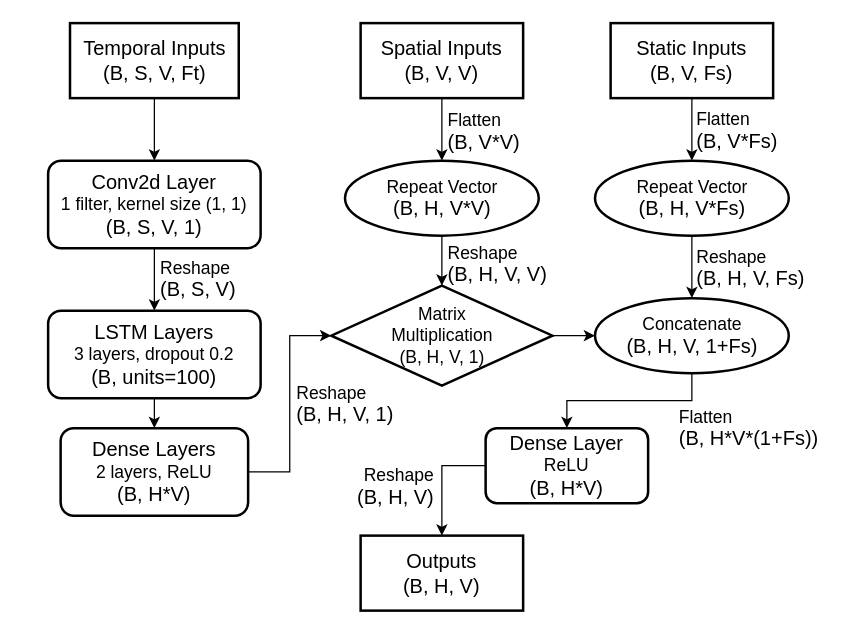
Above: 未命名绘图.drawio in Jedidiah-Zhang/Markdown_Pictures (draw.io), before the change. Source tidied: cells renumbered, new cells numbered last; positions are measured from the earlier drawing's top-left corner, leaving out a move shared by most shapes. Both pictures are drawn from the tidied source at 125%, with x=0, y=0 at pixel (48, 22).
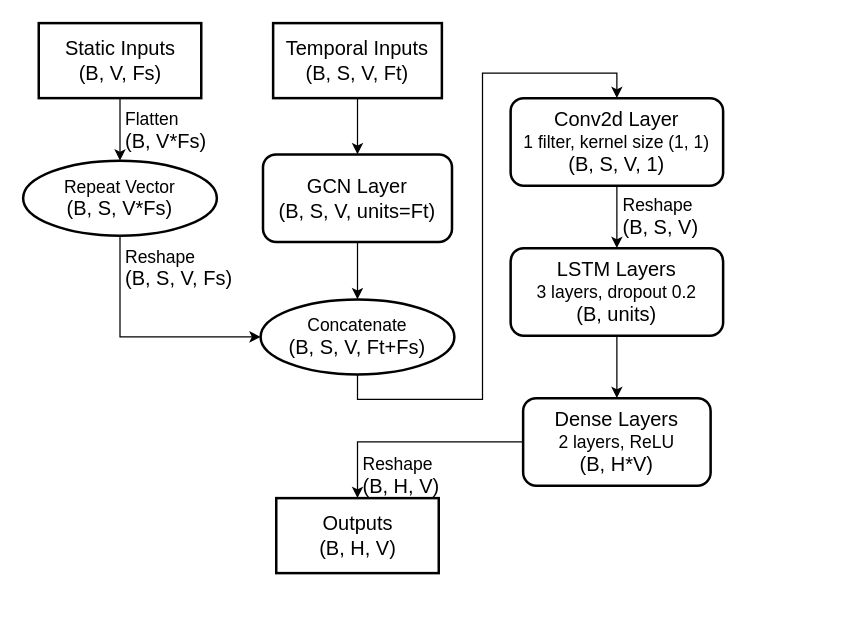
After the change.

Commit message:
更新未命名绘图.drawio

What changed in the source:
```diff
@@
-    <mxCell id="2" style="edgeStyle=orthogonalEdgeStyle;rounded=0;jettySize=auto;html=1;entryX=0.5;entryY=0;entryDx=0;entryDy=0;" parent="1" edge="1" source="3" target="14">
-      <mxGeometry relative="1" as="geometry" />
-    </mxCell>
-    <mxCell id="3" value="&lt;div&gt;&lt;font size=&quot;3&quot;&gt;Spatial Inputs&lt;/font&gt;&lt;/div&gt;&lt;div&gt;&lt;font size=&quot;3&quot;&gt;(B, V, V)&lt;br&gt;&lt;/font&gt;&lt;/div&gt;" style="whiteSpace=wrap;html=1;strokeWidth=2;" parent="1" vertex="1">
-      <mxGeometry x="250" width="130" height="60" as="geometry" />
-    </mxCell>
@@
     <mxCell id="5" value="&lt;div&gt;&lt;font size=&quot;3&quot;&gt;Static Inputs&lt;/font&gt;&lt;/div&gt;&lt;div&gt;&lt;font size=&quot;3&quot;&gt;(B, V, Fs)&lt;br&gt;&lt;/font&gt;&lt;/div&gt;" style="whiteSpace=wrap;html=1;strokeWidth=2;" parent="1" vertex="1">
-      <mxGeometry x="450" width="130" height="60" as="geometry" />
+      <mxGeometry x="-7.5" width="130" height="60" as="geometry" />
     </mxCell>
@@
     <mxCell id="7" value="&lt;div&gt;&lt;font size=&quot;3&quot;&gt;Conv2d Layer&lt;br&gt;&lt;/font&gt;&lt;/div&gt;&lt;div style=&quot;font-size: 14px;&quot;&gt;&lt;font style=&quot;font-size: 14px;&quot;&gt;1 filter, kernel size (1, 1)&lt;br&gt;&lt;/font&gt;&lt;/div&gt;&lt;div&gt;&lt;font size=&quot;3&quot;&gt;(B, S, V, 1)&lt;br&gt;&lt;/font&gt;&lt;/div&gt;" style="rounded=1;whiteSpace=wrap;html=1;strokeWidth=2;" parent="1" vertex="1">
-      <mxGeometry y="110" width="170" height="70" as="geometry" />
+      <mxGeometry x="370" y="60" width="170" height="70" as="geometry" />
     </mxCell>
-    <mxCell id="8" style="edgeStyle=orthogonalEdgeStyle;rounded=0;jettySize=auto;html=1;entryX=0;entryY=0.5;entryDx=0;entryDy=0;" parent="1" edge="1" source="9" target="18">
-      <mxGeometry relative="1" as="geometry" />
-    </mxCell>
+    <mxCell id="33" style="edgeStyle=orthogonalEdgeStyle;rounded=0;jettySize=auto;html=1;entryX=0.5;entryY=0;entryDx=0;entryDy=0;" parent="1" edge="1" source="9" target="29">
+      <mxGeometry relative="1" as="geometry" />
+    </mxCell>
     <mxCell id="9" value="&lt;div&gt;&lt;font size=&quot;3&quot;&gt;Dense Layers&lt;/font&gt;&lt;/div&gt;&lt;div style=&quot;font-size: 14px;&quot;&gt;&lt;font style=&quot;font-size: 14px;&quot;&gt;2 layers, ReLU&lt;br&gt;&lt;/font&gt;&lt;/div&gt;&lt;div&gt;&lt;font size=&quot;3&quot;&gt;(B, H*V)&lt;br&gt;&lt;/font&gt;&lt;/div&gt;" style="rounded=1;whiteSpace=wrap;html=1;strokeWidth=2;" parent="1" vertex="1">
-      <mxGeometry x="10" y="324" width="150" height="70" as="geometry" />
+      <mxGeometry x="380" y="300" width="150" height="70" as="geometry" />
     </mxCell>
     <mxCell id="10" value="&lt;div align=&quot;left&quot;&gt;&lt;font style=&quot;font-size: 14px;&quot;&gt;Reshape&lt;font&gt;&lt;font&gt;&lt;br&gt;&lt;/font&gt;&lt;/font&gt;&lt;/font&gt;&lt;/div&gt;&lt;div align=&quot;left&quot;&gt;&lt;font size=&quot;3&quot;&gt;(B, S, V)&lt;br&gt;&lt;/font&gt;&lt;/div&gt;" style="text;html=1;align=left;verticalAlign=middle;whiteSpace=wrap;rounded=0;" parent="1" vertex="1">
-      <mxGeometry x="88" y="180" width="70" height="50" as="geometry" />
+      <mxGeometry x="458" y="130" width="70" height="50" as="geometry" />
     </mxCell>
@@
-    <mxCell id="12" value="&lt;div&gt;&lt;font size=&quot;3&quot;&gt;LSTM Layers&lt;/font&gt;&lt;/div&gt;&lt;div style=&quot;font-size: 14px;&quot;&gt;&lt;font style=&quot;font-size: 14px;&quot;&gt;3 layers, dropout 0.2&lt;br&gt;&lt;/font&gt;&lt;/div&gt;&lt;div&gt;&lt;font size=&quot;3&quot;&gt;(B, units=100)&lt;br&gt;&lt;/font&gt;&lt;/div&gt;" style="rounded=1;whiteSpace=wrap;html=1;strokeWidth=2;" parent="1" vertex="1">
-      <mxGeometry y="230" width="170" height="70" as="geometry" />
+    <mxCell id="12" value="&lt;div&gt;&lt;font size=&quot;3&quot;&gt;LSTM Layers&lt;/font&gt;&lt;/div&gt;&lt;div style=&quot;font-size: 14px;&quot;&gt;&lt;font style=&quot;font-size: 14px;&quot;&gt;3 layers, dropout 0.2&lt;br&gt;&lt;/font&gt;&lt;/div&gt;&lt;div&gt;&lt;font size=&quot;3&quot;&gt;(B, units)&lt;br&gt;&lt;/font&gt;&lt;/div&gt;" style="rounded=1;whiteSpace=wrap;html=1;strokeWidth=2;" parent="1" vertex="1">
+      <mxGeometry x="370" y="180" width="170" height="70" as="geometry" />
     </mxCell>
-    <mxCell id="13" style="edgeStyle=orthogonalEdgeStyle;rounded=0;jettySize=auto;html=1;entryX=0.5;entryY=0;entryDx=0;entryDy=0;" parent="1" edge="1" source="14" target="18">
-      <mxGeometry relative="1" as="geometry" />
-    </mxCell>
-    <mxCell id="14" value="&lt;div&gt;&lt;font style=&quot;font-size: 14px;&quot;&gt;Repeat Vector&lt;/font&gt;&lt;/div&gt;&lt;div&gt;&lt;font size=&quot;3&quot;&gt;(B, H, V*V)&lt;/font&gt;&lt;br&gt;&lt;/div&gt;" style="ellipse;whiteSpace=wrap;html=1;strokeWidth=2;" parent="1" vertex="1">
-      <mxGeometry x="237.5" y="110" width="155" height="60" as="geometry" />
-    </mxCell>
-    <mxCell id="15" style="edgeStyle=orthogonalEdgeStyle;rounded=0;jettySize=auto;html=1;entryX=0.5;entryY=0;entryDx=0;entryDy=0;" parent="1" edge="1" source="16" target="24">
+    <mxCell id="15" style="edgeStyle=orthogonalEdgeStyle;rounded=0;jettySize=auto;html=1;entryX=0;entryY=0.5;entryDx=0;entryDy=0;exitX=0.5;exitY=1;exitDx=0;exitDy=0;" parent="1" edge="1" source="16" target="24">
       <mxGeometry relative="1" as="geometry" />
     </mxCell>
-    <mxCell id="16" value="&lt;div&gt;&lt;font style=&quot;font-size: 14px;&quot;&gt;Repeat Vector&lt;/font&gt;&lt;/div&gt;&lt;div&gt;&lt;font size=&quot;3&quot;&gt;(B, H, V*Fs)&lt;/font&gt;&lt;br&gt;&lt;/div&gt;" style="ellipse;whiteSpace=wrap;html=1;strokeWidth=2;" parent="1" vertex="1">
-      <mxGeometry x="437.5" y="110" width="155" height="60" as="geometry" />
+    <mxCell id="16" value="&lt;div&gt;&lt;font style=&quot;font-size: 14px;&quot;&gt;Repeat Vector&lt;/font&gt;&lt;/div&gt;&lt;div&gt;&lt;font size=&quot;3&quot;&gt;(B, S, V*Fs)&lt;/font&gt;&lt;br&gt;&lt;/div&gt;" style="ellipse;whiteSpace=wrap;html=1;strokeWidth=2;" parent="1" vertex="1">
+      <mxGeometry x="-20" y="110" width="155" height="60" as="geometry" />
     </mxCell>
-    <mxCell id="17" style="edgeStyle=orthogonalEdgeStyle;rounded=0;jettySize=auto;html=1;entryX=0;entryY=0.5;entryDx=0;entryDy=0;" parent="1" edge="1" source="18" target="24">
-      <mxGeometry relative="1" as="geometry" />
-    </mxCell>
-    <mxCell id="18" value="&lt;div&gt;&lt;font style=&quot;font-size: 14px;&quot;&gt;Matrix&lt;/font&gt;&lt;/div&gt;&lt;div&gt;&lt;font style=&quot;font-size: 14px;&quot;&gt;Multiplication&lt;/font&gt;&lt;/div&gt;&lt;div&gt;&lt;font style=&quot;font-size: 14px;&quot;&gt;(B, H, V, 1)&lt;br&gt;&lt;/font&gt;&lt;/div&gt;" style="rhombus;whiteSpace=wrap;html=1;strokeWidth=2;" parent="1" vertex="1">
-      <mxGeometry x="226.5" y="210" width="177" height="80" as="geometry" />
-    </mxCell>
-    <mxCell id="19" value="&lt;div align=&quot;left&quot;&gt;&lt;font style=&quot;font-size: 14px;&quot;&gt;Reshape&lt;font&gt;&lt;font&gt;&lt;br&gt;&lt;/font&gt;&lt;/font&gt;&lt;/font&gt;&lt;/div&gt;&lt;div align=&quot;left&quot;&gt;&lt;font size=&quot;3&quot;&gt;(B, H, V, 1)&lt;br&gt;&lt;/font&gt;&lt;/div&gt;" style="text;html=1;align=left;verticalAlign=middle;whiteSpace=wrap;rounded=0;" parent="1" vertex="1">
-      <mxGeometry x="197" y="280" width="80" height="50" as="geometry" />
-    </mxCell>
-    <mxCell id="20" value="&lt;div align=&quot;left&quot;&gt;&lt;font style=&quot;font-size: 14px;&quot;&gt;Flatten&lt;font&gt;&lt;font&gt;&lt;br&gt;&lt;/font&gt;&lt;/font&gt;&lt;/font&gt;&lt;/div&gt;&lt;div align=&quot;left&quot;&gt;&lt;font size=&quot;3&quot;&gt;(B, V*V)&lt;br&gt;&lt;/font&gt;&lt;/div&gt;" style="text;html=1;align=left;verticalAlign=middle;whiteSpace=wrap;rounded=0;" parent="1" vertex="1">
-      <mxGeometry x="317.5" y="62" width="70" height="50" as="geometry" />
-    </mxCell>
-    <mxCell id="21" value="&lt;div align=&quot;left&quot;&gt;&lt;font style=&quot;font-size: 14px;&quot;&gt;Reshape&lt;font&gt;&lt;font&gt;&lt;br&gt;&lt;/font&gt;&lt;/font&gt;&lt;/font&gt;&lt;/div&gt;&lt;div align=&quot;left&quot;&gt;&lt;font size=&quot;3&quot;&gt;(B, H, V, V)&lt;br&gt;&lt;/font&gt;&lt;/div&gt;" style="text;html=1;align=left;verticalAlign=middle;whiteSpace=wrap;rounded=0;" parent="1" vertex="1">
-      <mxGeometry x="317.5" y="168" width="82.5" height="50" as="geometry" />
-    </mxCell>
     <mxCell id="22" value="&lt;div align=&quot;left&quot;&gt;&lt;font style=&quot;font-size: 14px;&quot;&gt;Flatten&lt;font&gt;&lt;font&gt;&lt;br&gt;&lt;/font&gt;&lt;/font&gt;&lt;/font&gt;&lt;/div&gt;&lt;div align=&quot;left&quot;&gt;&lt;font size=&quot;3&quot;&gt;(B, V*Fs)&lt;br&gt;&lt;/font&gt;&lt;/div&gt;" style="text;html=1;align=left;verticalAlign=middle;whiteSpace=wrap;rounded=0;" parent="1" vertex="1">
-      <mxGeometry x="517" y="61" width="70" height="50" as="geometry" />
+      <mxGeometry x="59.5" y="61" width="70" height="50" as="geometry" />
     </mxCell>
-    <mxCell id="23" style="edgeStyle=orthogonalEdgeStyle;rounded=0;jettySize=auto;html=1;entryX=0.5;entryY=0;entryDx=0;entryDy=0;" parent="1" edge="1" source="24" target="27">
-      <mxGeometry relative="1" as="geometry" />
-    </mxCell>
+    <mxCell id="34" style="edgeStyle=orthogonalEdgeStyle;rounded=0;jettySize=auto;html=1;entryX=0.5;entryY=0;entryDx=0;entryDy=0;exitX=0.5;exitY=1;exitDx=0;exitDy=0;" parent="1" edge="1" source="24" target="7">
+      <mxGeometry relative="1" as="geometry" />
+    </mxCell>
-    <mxCell id="24" value="&lt;div&gt;&lt;font style=&quot;font-size: 14px;&quot;&gt;Concatenate&lt;/font&gt;&lt;/div&gt;&lt;div&gt;&lt;font size=&quot;3&quot;&gt;(B, H, V, 1+Fs)&lt;/font&gt;&lt;br&gt;&lt;/div&gt;" style="ellipse;whiteSpace=wrap;html=1;strokeWidth=2;" parent="1" vertex="1">
-      <mxGeometry x="437.5" y="220" width="155" height="60" as="geometry" />
+    <mxCell id="24" value="&lt;div&gt;&lt;font style=&quot;font-size: 14px;&quot;&gt;Concatenate&lt;/font&gt;&lt;/div&gt;&lt;div&gt;&lt;font size=&quot;3&quot;&gt;(B, S, V, Ft+Fs)&lt;/font&gt;&lt;br&gt;&lt;/div&gt;" style="ellipse;whiteSpace=wrap;html=1;strokeWidth=2;" parent="1" vertex="1">
+      <mxGeometry x="170" y="221" width="155" height="60" as="geometry" />
     </mxCell>
-    <mxCell id="25" value="&lt;div align=&quot;left&quot;&gt;&lt;font style=&quot;font-size: 14px;&quot;&gt;Reshape&lt;font&gt;&lt;font&gt;&lt;br&gt;&lt;/font&gt;&lt;/font&gt;&lt;/font&gt;&lt;/div&gt;&lt;div align=&quot;left&quot;&gt;&lt;font size=&quot;3&quot;&gt;(B, H, V, Fs)&lt;br&gt;&lt;/font&gt;&lt;/div&gt;" style="text;html=1;align=left;verticalAlign=middle;whiteSpace=wrap;rounded=0;" parent="1" vertex="1">
-      <mxGeometry x="517" y="171" width="94" height="50" as="geometry" />
+    <mxCell id="25" value="&lt;div align=&quot;left&quot;&gt;&lt;font style=&quot;font-size: 14px;&quot;&gt;Reshape&lt;font&gt;&lt;font&gt;&lt;br&gt;&lt;/font&gt;&lt;/font&gt;&lt;/font&gt;&lt;/div&gt;&lt;div align=&quot;left&quot;&gt;&lt;font size=&quot;3&quot;&gt;(B, S, V, Fs)&lt;br&gt;&lt;/font&gt;&lt;/div&gt;" style="text;html=1;align=left;verticalAlign=middle;whiteSpace=wrap;rounded=0;" parent="1" vertex="1">
+      <mxGeometry x="59.5" y="171" width="94" height="50" as="geometry" />
     </mxCell>
-    <mxCell id="26" style="edgeStyle=orthogonalEdgeStyle;rounded=0;jettySize=auto;html=1;entryX=0.5;entryY=0;entryDx=0;entryDy=0;exitX=0;exitY=0.5;exitDx=0;exitDy=0;" parent="1" edge="1" source="27" target="29">
-      <mxGeometry relative="1" as="geometry" />
-    </mxCell>
-    <mxCell id="27" value="&lt;div&gt;&lt;font size=&quot;3&quot;&gt;Dense Layer&lt;/font&gt;&lt;/div&gt;&lt;div style=&quot;font-size: 14px;&quot;&gt;&lt;font style=&quot;font-size: 14px;&quot;&gt;ReLU&lt;br&gt;&lt;/font&gt;&lt;/div&gt;&lt;div&gt;&lt;font size=&quot;3&quot;&gt;(B, H*V)&lt;br&gt;&lt;/font&gt;&lt;/div&gt;" style="rounded=1;whiteSpace=wrap;html=1;strokeWidth=2;" parent="1" vertex="1">
-      <mxGeometry x="350" y="324" width="130" height="60" as="geometry" />
-    </mxCell>
-    <mxCell id="28" value="&lt;div align=&quot;left&quot;&gt;&lt;font style=&quot;font-size: 14px;&quot;&gt;Flatten&lt;font&gt;&lt;font&gt;&lt;br&gt;&lt;/font&gt;&lt;/font&gt;&lt;/font&gt;&lt;/div&gt;&lt;div align=&quot;left&quot;&gt;&lt;font size=&quot;3&quot;&gt;(B, H*V*(1+Fs))&lt;br&gt;&lt;/font&gt;&lt;/div&gt;" style="text;html=1;align=left;verticalAlign=middle;whiteSpace=wrap;rounded=0;" parent="1" vertex="1">
-      <mxGeometry x="502.5" y="299" width="123" height="50" as="geometry" />
-    </mxCell>
     <mxCell id="29" value="&lt;div&gt;&lt;font size=&quot;3&quot;&gt;Outputs&lt;/font&gt;&lt;/div&gt;&lt;div&gt;&lt;font size=&quot;3&quot;&gt;(B, H, V)&lt;br&gt;&lt;/font&gt;&lt;/div&gt;" style="whiteSpace=wrap;html=1;strokeWidth=2;" parent="1" vertex="1">
-      <mxGeometry x="250" y="410" width="130" height="60" as="geometry" />
+      <mxGeometry x="182.5" y="380" width="130" height="60" as="geometry" />
     </mxCell>
-    <mxCell id="30" value="&lt;div align=&quot;right&quot;&gt;&lt;font style=&quot;font-size: 14px;&quot;&gt;Reshape&lt;font&gt;&lt;font&gt;&lt;br&gt;&lt;/font&gt;&lt;/font&gt;&lt;/font&gt;&lt;/div&gt;&lt;div align=&quot;right&quot;&gt;&lt;font size=&quot;3&quot;&gt;(B, H, V)&lt;br&gt;&lt;/font&gt;&lt;/div&gt;" style="text;html=1;align=right;verticalAlign=middle;whiteSpace=wrap;rounded=0;" parent="1" vertex="1">
-      <mxGeometry x="230.5" y="346" width="80" height="50" as="geometry" />
+    <mxCell id="30" value="&lt;div align=&quot;left&quot;&gt;&lt;font style=&quot;font-size: 14px;&quot;&gt;Reshape&lt;font&gt;&lt;font&gt;&lt;br&gt;&lt;/font&gt;&lt;/font&gt;&lt;/font&gt;&lt;/div&gt;&lt;div align=&quot;left&quot;&gt;&lt;font size=&quot;3&quot;&gt;(B, H, V)&lt;br&gt;&lt;/font&gt;&lt;/div&gt;" style="text;html=1;align=left;verticalAlign=middle;whiteSpace=wrap;rounded=0;" parent="1" vertex="1">
+      <mxGeometry x="250.1" y="337" width="80" height="50" as="geometry" />
     </mxCell>
-    <mxCell id="31" style="edgeStyle=orthogonalEdgeStyle;rounded=0;jettySize=auto;html=1;entryX=0.5;entryY=0;entryDx=0;entryDy=0;" parent="1" edge="1" source="32" target="7">
-      <mxGeometry relative="1" as="geometry" />
-    </mxCell>
+    <mxCell id="35" style="edgeStyle=orthogonalEdgeStyle;rounded=0;jettySize=auto;html=1;" parent="1" edge="1" source="32" target="37">
+      <mxGeometry relative="1" as="geometry" />
+    </mxCell>
     <mxCell id="32" value="&lt;div&gt;&lt;font size=&quot;3&quot;&gt;Temporal Inputs&lt;/font&gt;&lt;/div&gt;&lt;div&gt;&lt;font size=&quot;3&quot;&gt;(B, S, V, Ft)&lt;br&gt;&lt;/font&gt;&lt;/div&gt;" style="rounded=0;whiteSpace=wrap;html=1;strokeWidth=2;" parent="1" vertex="1">
-      <mxGeometry x="17.5" width="135" height="60" as="geometry" />
+      <mxGeometry x="180" width="135" height="60" as="geometry" />
     </mxCell>
+    <mxCell id="36" style="edgeStyle=orthogonalEdgeStyle;rounded=0;jettySize=auto;html=1;entryX=0.5;entryY=0;entryDx=0;entryDy=0;" parent="1" edge="1" source="37" target="24">
+      <mxGeometry relative="1" as="geometry" />
+    </mxCell>
+    <mxCell id="37" value="&lt;div&gt;&lt;font size=&quot;3&quot;&gt;GCN Layer&lt;br&gt;&lt;/font&gt;&lt;/div&gt;&lt;div&gt;&lt;font size=&quot;3&quot;&gt;(B, S, V, units=Ft)&lt;br&gt;&lt;/font&gt;&lt;/div&gt;" style="rounded=1;whiteSpace=wrap;html=1;strokeWidth=2;" parent="1" vertex="1">
+      <mxGeometry x="171.9" y="105" width="151.2" height="70" as="geometry" />
+    </mxCell>
```
